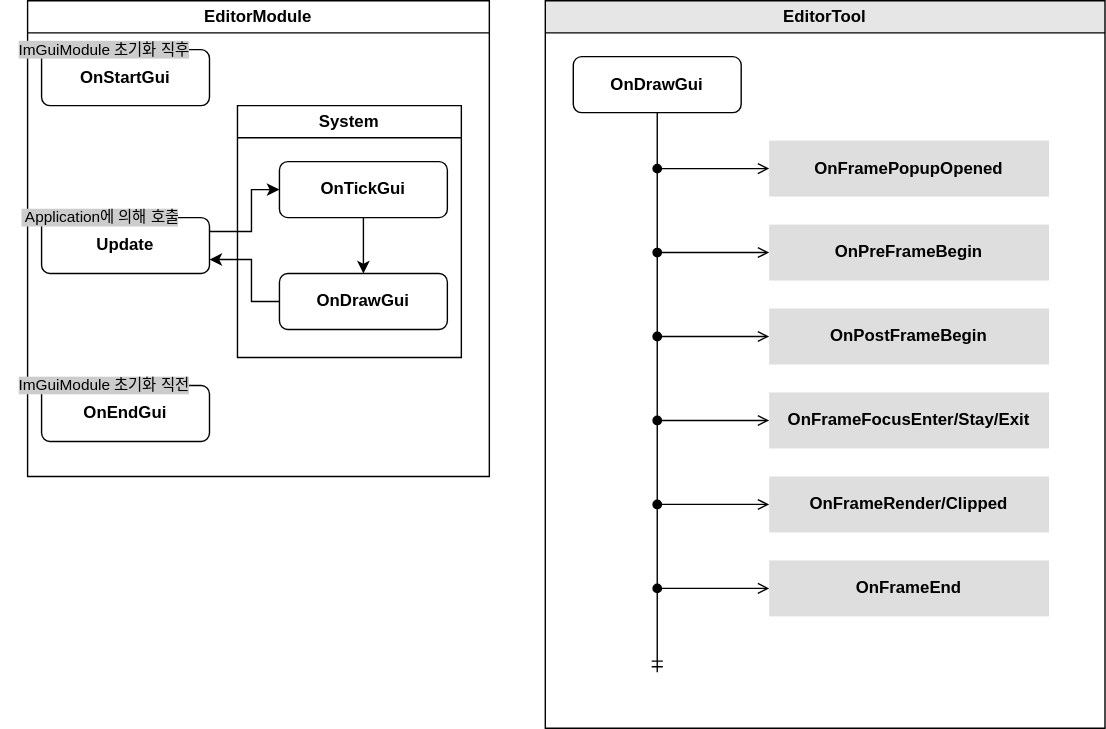
Earlier version of the draw.io export Diagram/EditorModuleFlowChart.drawio.svg (Scarecrow37/VanishingGround). Source tidied: cells renumbered, new cells last; positions are measured from the earlier drawing's top-left corner, leaving out a move shared by most shapes.
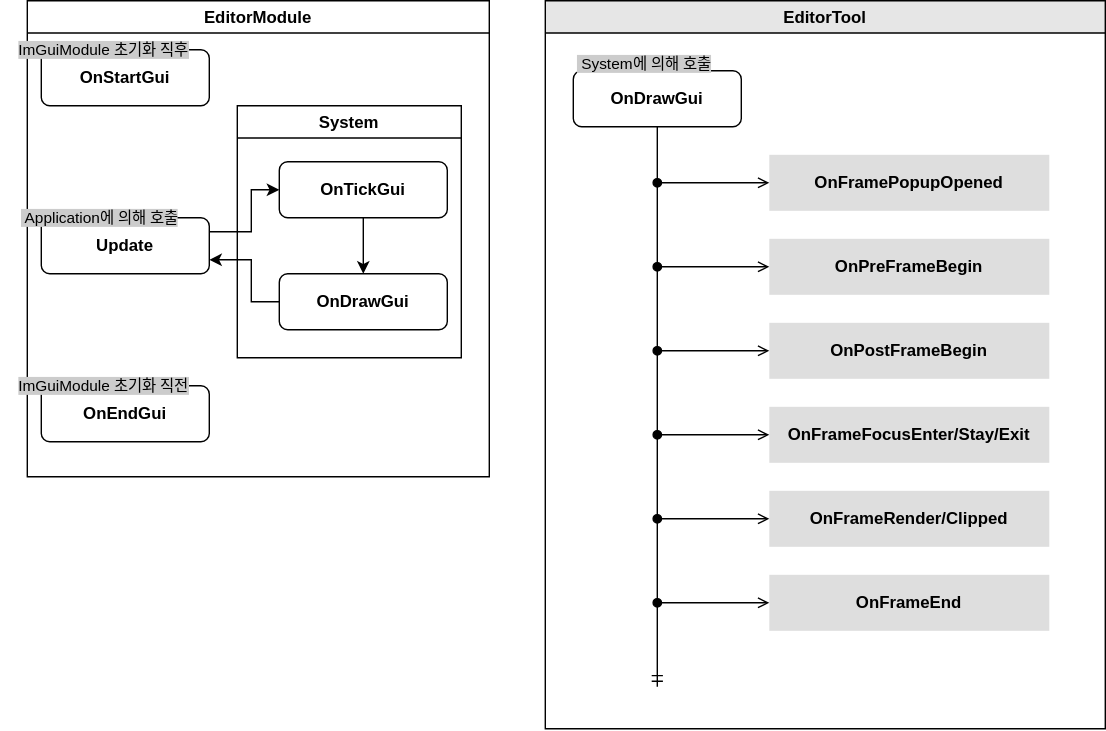
After the commit.

What changed in the source:
```diff
@@ -55,61 +55,64 @@
       <mxGeometry x="389" width="400" height="520" as="geometry" />
     </mxCell>
     <mxCell id="16" value="OnPreFrameBegin" style="rounded=0;whiteSpace=wrap;html=1;fillColor=#DEDEDE;strokeColor=none;fontStyle=1;" parent="15" vertex="1">
-      <mxGeometry x="160" y="160" width="200" height="40" as="geometry" />
+      <mxGeometry x="160" y="170" width="200" height="40" as="geometry" />
     </mxCell>
     <mxCell id="17" value="OnPostFrameBegin" style="rounded=0;whiteSpace=wrap;html=1;fillColor=#DEDEDE;strokeColor=none;fontStyle=1;" parent="15" vertex="1">
-      <mxGeometry x="160" y="220" width="200" height="40" as="geometry" />
+      <mxGeometry x="160" y="230" width="200" height="40" as="geometry" />
     </mxCell>
     <mxCell id="18" value="OnFramePopupOpened" style="rounded=0;whiteSpace=wrap;html=1;fillColor=#DEDEDE;strokeColor=none;fontStyle=1;" parent="15" vertex="1">
-      <mxGeometry x="160" y="100" width="200" height="40" as="geometry" />
+      <mxGeometry x="160" y="110" width="200" height="40" as="geometry" />
     </mxCell>
     <mxCell id="19" value="OnFrameFocusEnter/Stay/Exit" style="rounded=0;whiteSpace=wrap;html=1;fillColor=#DEDEDE;strokeColor=none;fontStyle=1;" parent="15" vertex="1">
-      <mxGeometry x="160" y="280" width="200" height="40" as="geometry" />
+      <mxGeometry x="160" y="290" width="200" height="40" as="geometry" />
     </mxCell>
     <mxCell id="20" value="OnFrameRender/Clipped" style="rounded=0;whiteSpace=wrap;html=1;fillColor=#DEDEDE;strokeColor=none;fontStyle=1;" parent="15" vertex="1">
-      <mxGeometry x="160" y="340" width="200" height="40" as="geometry" />
+      <mxGeometry x="160" y="350" width="200" height="40" as="geometry" />
     </mxCell>
     <mxCell id="21" value="OnFrameEnd" style="rounded=0;whiteSpace=wrap;html=1;fillColor=#DEDEDE;strokeColor=none;fontStyle=1;" parent="15" vertex="1">
-      <mxGeometry x="160" y="400" width="200" height="40" as="geometry" />
+      <mxGeometry x="160" y="410" width="200" height="40" as="geometry" />
     </mxCell>
     <mxCell id="22" style="endArrow=open;html=1;rounded=0;startArrow=oval;startFill=1;endFill=0;entryX=0;entryY=0.5;entryDx=0;entryDy=0;" parent="15" edge="1" target="19">
       <mxGeometry relative="1" as="geometry">
-        <mxPoint x="80" y="300" as="sourcePoint" />
+        <mxPoint x="80" y="310" as="sourcePoint" />
       </mxGeometry>
     </mxCell>
     <mxCell id="23" style="endArrow=open;html=1;rounded=0;startArrow=oval;startFill=1;endFill=0;entryX=0;entryY=0.5;entryDx=0;entryDy=0;" parent="15" edge="1" target="20">
       <mxGeometry relative="1" as="geometry">
-        <mxPoint x="80" y="360" as="sourcePoint" />
+        <mxPoint x="80" y="370" as="sourcePoint" />
       </mxGeometry>
     </mxCell>
     <mxCell id="24" style="endArrow=open;html=1;rounded=0;startArrow=oval;startFill=1;endFill=0;entryX=0;entryY=0.5;entryDx=0;entryDy=0;" parent="15" edge="1" target="21">
       <mxGeometry relative="1" as="geometry">
-        <mxPoint x="80" y="420" as="sourcePoint" />
+        <mxPoint x="80" y="430" as="sourcePoint" />
       </mxGeometry>
     </mxCell>
     <mxCell id="25" style="endArrow=open;html=1;rounded=0;startArrow=oval;startFill=1;endFill=0;entryX=0;entryY=0.5;entryDx=0;entryDy=0;" parent="15" edge="1" target="17">
       <mxGeometry relative="1" as="geometry">
-        <mxPoint x="80" y="240" as="sourcePoint" />
+        <mxPoint x="80" y="250" as="sourcePoint" />
       </mxGeometry>
     </mxCell>
     <mxCell id="26" style="endArrow=open;html=1;rounded=0;startArrow=oval;startFill=1;endFill=0;entryX=0;entryY=0.5;entryDx=0;entryDy=0;" parent="15" edge="1" target="16">
       <mxGeometry relative="1" as="geometry">
-        <mxPoint x="80" y="180" as="sourcePoint" />
+        <mxPoint x="80" y="190" as="sourcePoint" />
       </mxGeometry>
     </mxCell>
     <mxCell id="27" style="endArrow=open;html=1;rounded=0;startArrow=oval;startFill=1;endFill=0;entryX=0;entryY=0.5;entryDx=0;entryDy=0;" parent="15" edge="1" target="18">
       <mxGeometry relative="1" as="geometry">
-        <mxPoint x="80" y="120" as="sourcePoint" />
+        <mxPoint x="80" y="130" as="sourcePoint" />
       </mxGeometry>
     </mxCell>
     <mxCell id="28" style="endArrow=none;html=1;rounded=0;entryX=0.5;entryY=1;entryDx=0;entryDy=0;startArrow=ERmandOne;startFill=0;endFill=0;" parent="15" edge="1">
       <mxGeometry relative="1" as="geometry">
-        <mxPoint x="80" y="480" as="sourcePoint" />
-        <mxPoint x="80" y="80" as="targetPoint" />
+        <mxPoint x="80" y="490" as="sourcePoint" />
+        <mxPoint x="80" y="90" as="targetPoint" />
       </mxGeometry>
     </mxCell>
     <mxCell id="29" value="OnDrawGui" style="rounded=1;whiteSpace=wrap;html=1;fillColor=none;labelBackgroundColor=none;fontStyle=1;" parent="15" vertex="1">
-      <mxGeometry x="20" y="40" width="120" height="40" as="geometry" />
+      <mxGeometry x="20" y="50" width="120" height="40" as="geometry" />
     </mxCell>
+    <mxCell id="30" value="&amp;nbsp;System에 의해 호출" style="text;strokeColor=none;fillColor=none;align=center;verticalAlign=middle;spacingLeft=4;spacingRight=2;overflow=hidden;whiteSpace=wrap;html=1;spacing=0;spacingTop=0;labelBackgroundColor=#CCCCCC;labelBorderColor=none;fontSize=11;" parent="15" vertex="1">
+      <mxGeometry y="30" width="140" height="30" as="geometry" />
+    </mxCell>
   </root>
 </mxGraphModel>
```
